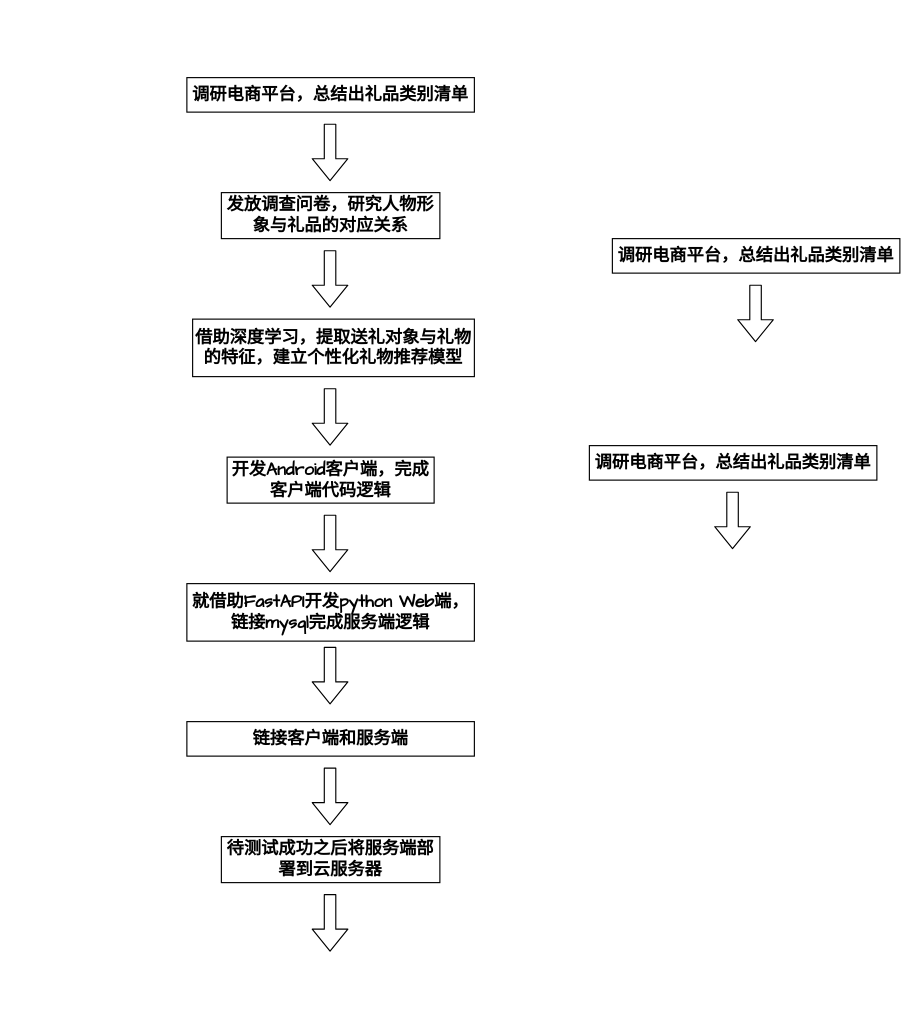
The draw.io diagram Untitled Diagram.drawio in red-fox-yj/draw.io, before the edit. Source tidied: cells renumbered, new cells numbered last; positions are measured from the earlier drawing's top-left corner, leaving out a move shared by most shapes. Both pictures are drawn from the tidied source at 115%, with x=0, y=0 at pixel (181, 77).
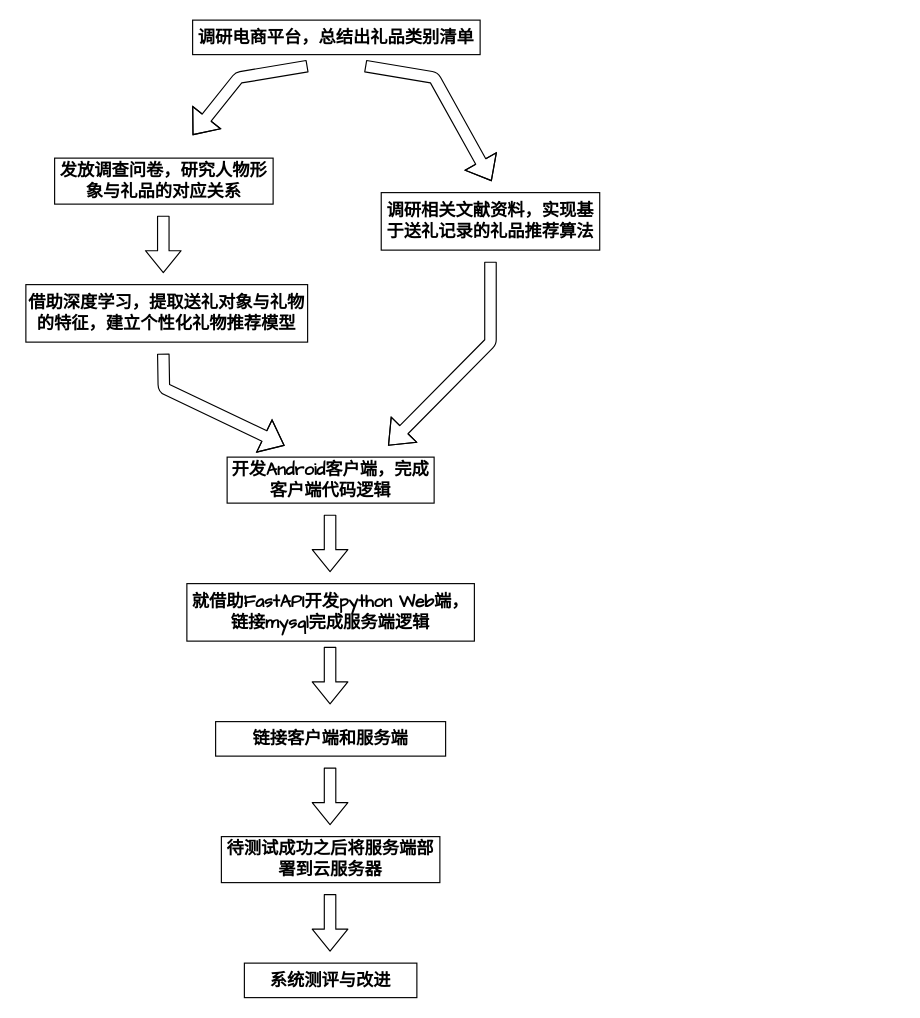
Above is the later version.

Unchanged cells that the change refers to:
```xml
<mxCell id="14" style="group;" parent="1" vertex="1">
  <mxGeometry x="5" y="560" width="250" height="90" as="geometry" />
</mxCell>
```

Change to the diagram source:
```diff
@@
     <mxCell id="2" style="group;" parent="1" vertex="1">
-      <mxGeometry x="5" width="250" height="90" as="geometry" />
+      <mxGeometry x="10" y="-50" width="250" height="90" as="geometry" />
     </mxCell>
@@
     <mxCell id="4" style="shape=flexArrow;endArrow=classic;html=1;" parent="2" edge="1">
       <mxGeometry relative="1" as="geometry">
-        <mxPoint x="124.5" y="40" as="sourcePoint" />
-        <mxPoint x="124.5" y="90" as="targetPoint" />
+        <mxPoint x="100" y="40" as="sourcePoint" />
+        <mxPoint y="100" as="targetPoint" />
+        <Array as="points">
+          <mxPoint x="40" y="50" />
+        </Array>
       </mxGeometry>
     </mxCell>
     <mxCell id="5" style="group;" parent="1" vertex="1">
-      <mxGeometry x="5" y="110" width="250" height="90" as="geometry" />
+      <mxGeometry x="-140" y="80" width="250" height="90" as="geometry" />
     </mxCell>
@@
-    <mxCell id="8" style="group;" parent="1" vertex="1">
-      <mxGeometry x="375" y="140" width="250" height="90" as="geometry" />
-    </mxCell>
-    <mxCell id="9" value="&lt;b&gt;&lt;font style=&quot;font-size: 15px&quot; face=&quot;Comic Sans MS&quot;&gt;调研电商平台，总结出礼品类别清单&lt;/font&gt;&lt;/b&gt;" style="rounded=0;whiteSpace=wrap;html=1;" parent="8" vertex="1">
-      <mxGeometry width="250" height="30" as="geometry" />
-    </mxCell>
-    <mxCell id="10" style="shape=flexArrow;endArrow=classic;html=1;" parent="8" edge="1">
-      <mxGeometry relative="1" as="geometry">
-        <mxPoint x="124.5" y="40" as="sourcePoint" />
-        <mxPoint x="124.5" y="90" as="targetPoint" />
-      </mxGeometry>
-    </mxCell>
@@
     <mxCell id="15" value="&lt;b&gt;&lt;font style=&quot;font-size: 15px&quot; face=&quot;Comic Sans MS&quot;&gt;链接客户端和服务端&lt;/font&gt;&lt;/b&gt;" style="rounded=0;whiteSpace=wrap;html=1;" parent="14" vertex="1">
-      <mxGeometry width="250" height="30" as="geometry" />
+      <mxGeometry x="25" width="200" height="30" as="geometry" />
     </mxCell>
@@
-    <mxCell id="17" style="group;" parent="1" vertex="1">
-      <mxGeometry x="355" y="320" width="250" height="90" as="geometry" />
-    </mxCell>
-    <mxCell id="18" value="&lt;b&gt;&lt;font style=&quot;font-size: 15px&quot; face=&quot;Comic Sans MS&quot;&gt;调研电商平台，总结出礼品类别清单&lt;/font&gt;&lt;/b&gt;" style="rounded=0;whiteSpace=wrap;html=1;" parent="17" vertex="1">
-      <mxGeometry width="250" height="30" as="geometry" />
-    </mxCell>
-    <mxCell id="19" style="shape=flexArrow;endArrow=classic;html=1;" parent="17" edge="1">
-      <mxGeometry relative="1" as="geometry">
-        <mxPoint x="124.5" y="40" as="sourcePoint" />
-        <mxPoint x="124.5" y="90" as="targetPoint" />
-      </mxGeometry>
-    </mxCell>
@@
     <mxCell id="25" style="group;" parent="1" vertex="1">
-      <mxGeometry x="5" y="220" width="270" height="110" as="geometry" />
+      <mxGeometry x="10" y="170" width="270" height="110" as="geometry" />
     </mxCell>
     <mxCell id="26" style="group;" parent="25" vertex="1">
-      <mxGeometry y="10" width="250" height="90" as="geometry" />
+      <mxGeometry x="-150" y="30" width="250" height="90" as="geometry" />
     </mxCell>
     <mxCell id="27" style="shape=flexArrow;endArrow=classic;html=1;" parent="26" edge="1">
       <mxGeometry relative="1" as="geometry">
         <mxPoint x="124.5" y="40" as="sourcePoint" />
-        <mxPoint x="124.5" y="90" as="targetPoint" />
+        <mxPoint x="230" y="120" as="targetPoint" />
+        <Array as="points">
+          <mxPoint x="125" y="70" />
+        </Array>
       </mxGeometry>
     </mxCell>
     <mxCell id="28" value="&lt;div&gt;&lt;font face=&quot;Comic Sans MS&quot;&gt;&lt;span style=&quot;font-size: 15px&quot;&gt;&lt;b&gt;借助深度学习，提取送&lt;/b&gt;&lt;/span&gt;&lt;/font&gt;&lt;b style=&quot;font-size: 15px ; font-family: &amp;#34;comic sans ms&amp;#34;&quot;&gt;礼对象与礼物的特征，建立个性化礼物推荐模型&lt;/b&gt;&lt;/div&gt;" style="rounded=0;whiteSpace=wrap;html=1;" parent="25" vertex="1">
-      <mxGeometry x="5" y="-10" width="245" height="50" as="geometry" />
+      <mxGeometry x="-145" y="10" width="245" height="50" as="geometry" />
     </mxCell>
@@
+    <mxCell id="30" style="shape=flexArrow;endArrow=classic;html=1;" parent="1" edge="1">
+      <mxGeometry relative="1" as="geometry">
+        <mxPoint x="160" y="-10" as="sourcePoint" />
+        <mxPoint x="270" y="90" as="targetPoint" />
+        <Array as="points">
+          <mxPoint x="220" />
+        </Array>
+      </mxGeometry>
+    </mxCell>
+    <mxCell id="31" value="&lt;b&gt;&lt;font style=&quot;font-size: 15px&quot; face=&quot;Comic Sans MS&quot;&gt;调研相关文献资料，实现基于送礼记录的礼品推荐算法&lt;/font&gt;&lt;/b&gt;" style="rounded=0;whiteSpace=wrap;html=1;" parent="1" vertex="1">
+      <mxGeometry x="174" y="100" width="190" height="50" as="geometry" />
+    </mxCell>
+    <mxCell id="32" style="shape=flexArrow;endArrow=classic;html=1;" parent="1" edge="1">
+      <mxGeometry relative="1" as="geometry">
+        <mxPoint x="269" y="160" as="sourcePoint" />
+        <mxPoint x="180" y="320" as="targetPoint" />
+        <Array as="points">
+          <mxPoint x="269" y="230" />
+        </Array>
+      </mxGeometry>
+    </mxCell>
+    <mxCell id="33" value="&lt;font face=&quot;Comic Sans MS&quot;&gt;&lt;span style=&quot;font-size: 15px&quot;&gt;&lt;b&gt;系统测评与改进&lt;/b&gt;&lt;/span&gt;&lt;/font&gt;" style="rounded=0;whiteSpace=wrap;html=1;" parent="1" vertex="1">
+      <mxGeometry x="55" y="770" width="150" height="30" as="geometry" />
+    </mxCell>
```
